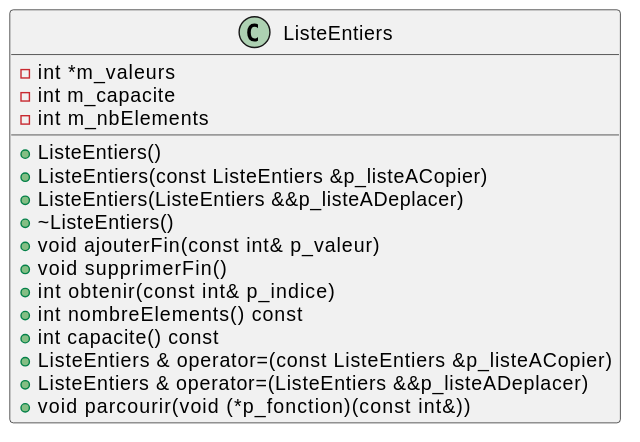
Above: images/Module04_GestionMemoire/diag/listeEntiers/listeEntiers.svg in PiFou86/420-W31-SF-CPP (PlantUML), before the change.
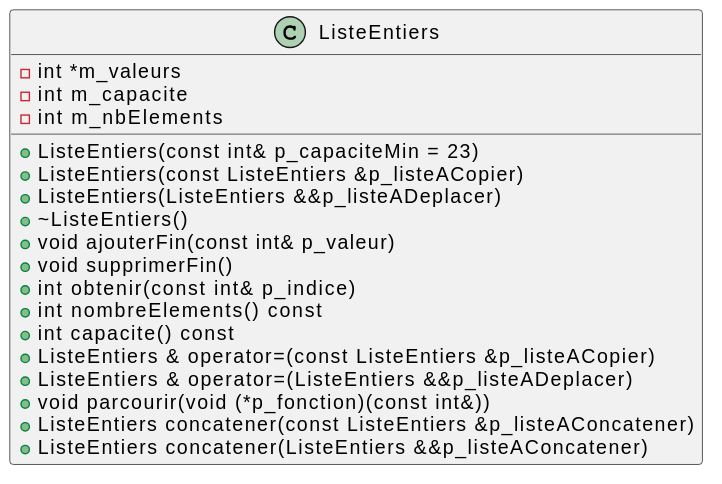
The same file after the commit.

Commit message:
Correction UML

Change to the diagram source:
```diff
@@ -1,10 +1,9 @@
 @startuml
-
 class ListeEntiers {
   - int *m_valeurs
   - int m_capacite
   - int m_nbElements
-  + ListeEntiers()
+  + ListeEntiers(const int& p_capaciteMin = 23)
   + ListeEntiers(const ListeEntiers &p_listeACopier)
   + ListeEntiers(ListeEntiers &&p_listeADeplacer)
   + ~ListeEntiers()
@@ -16,6 +15,7 @@
   + ListeEntiers & operator=(const ListeEntiers &p_listeACopier)
   + ListeEntiers & operator=(ListeEntiers &&p_listeADeplacer)
   + void parcourir(void (*p_fonction)(const int&))
+  + ListeEntiers concatener(const ListeEntiers &p_listeAConcatener)
+  + ListeEntiers concatener(ListeEntiers &&p_listeAConcatener)
 }
-
 @enduml
```
